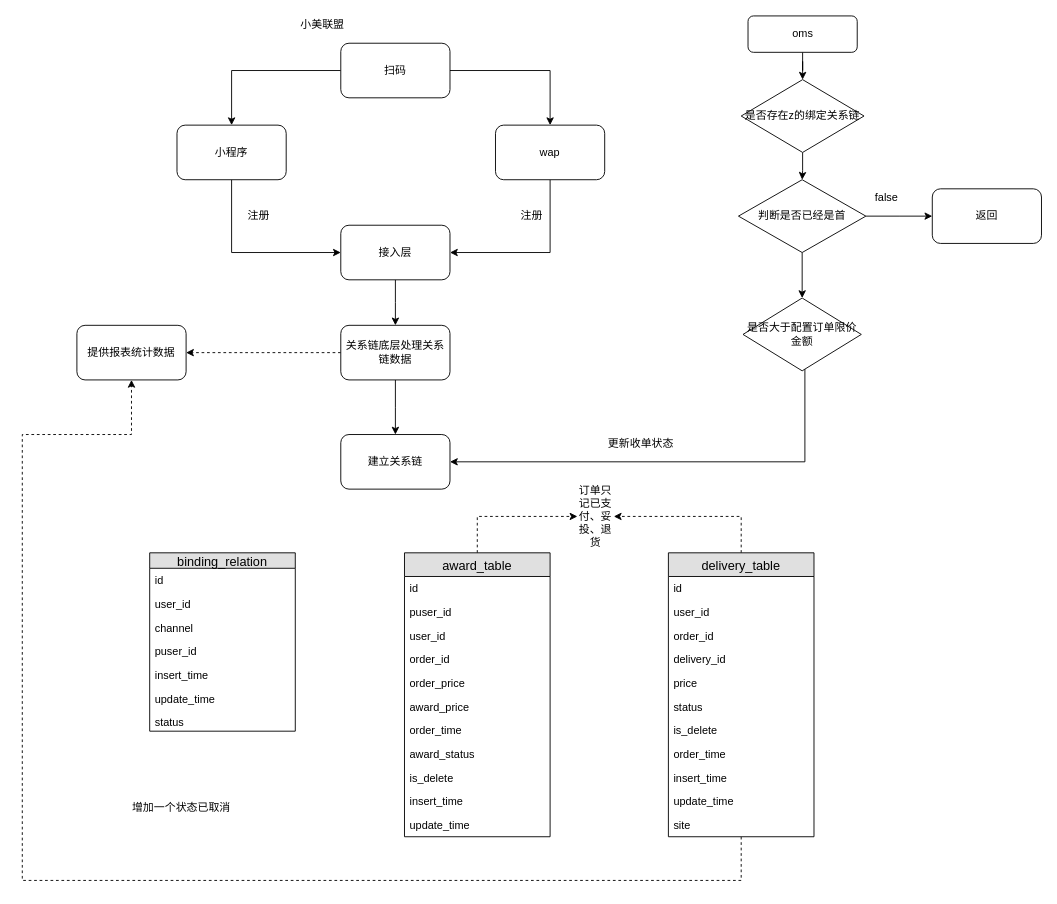
This is 小美联盟z.drawio from Itxiaopao/viewFloder, a draw.io file, before an edit. Source tidied: cells renumbered, new cells numbered last; positions are measured from the earlier drawing's top-left corner, leaving out a move shared by most shapes. Both pictures are drawn from the tidied source at 91%, with x=0, y=0 at pixel (22, 15).
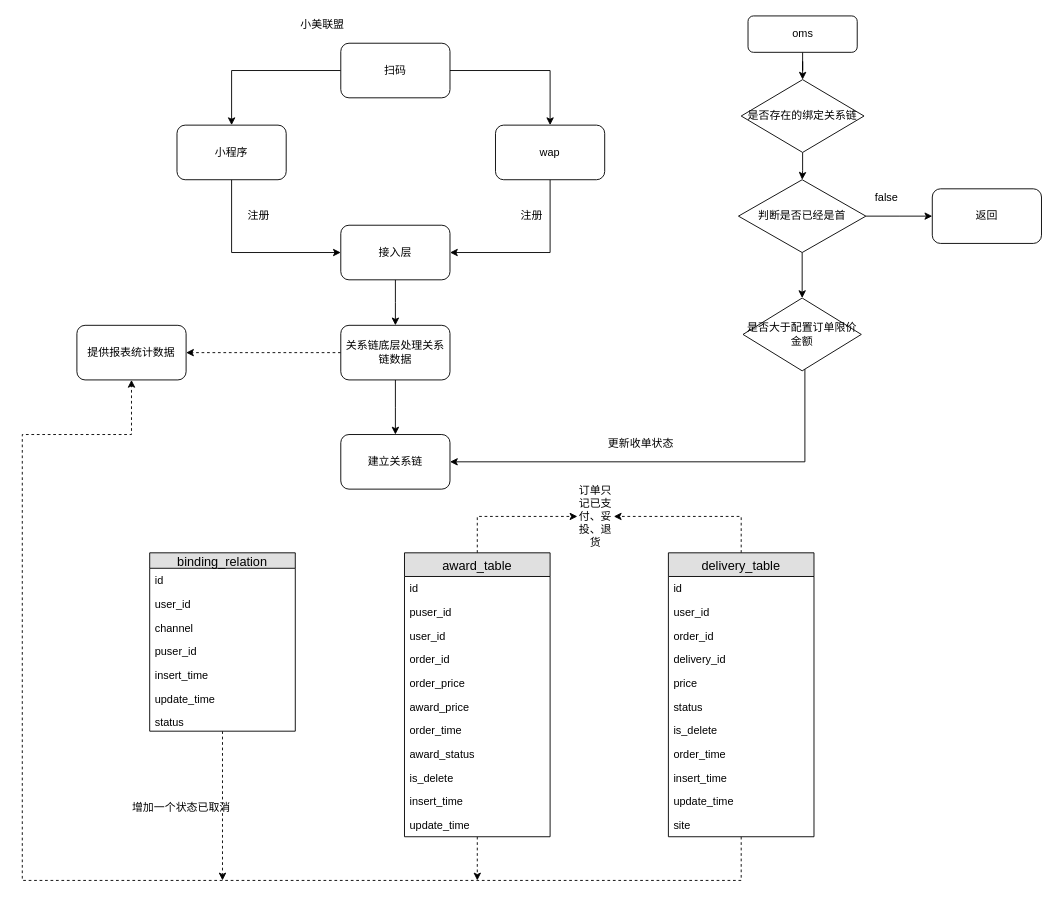
The same diagram, later.

The change refers to these unchanged cells:
```xml
<mxCell id="31" value="binding_relation" style="swimlane;fontStyle=0;horizontal=1;startSize=17;fillColor=#e0e0e0;swimlaneFillColor=#ffffff;align=center;fontSize=14;" parent="1" vertex="1">
  <mxGeometry x="140" y="590" width="160" height="196" as="geometry" />
</mxCell>
<mxCell id="40" value="award_table" style="swimlane;fontStyle=0;horizontal=1;startSize=26;fillColor=#e0e0e0;swimlaneFillColor=#ffffff;align=center;fontSize=14;" parent="1" vertex="1">
  <mxGeometry x="420" y="590" width="160" height="312" as="geometry" />
</mxCell>
```

What changed in the source:
```diff
@@
-    <mxCell id="30" value="&lt;span style=&quot;white-space: normal&quot;&gt;是否存在z的绑定关系链&lt;/span&gt;" style="rhombus;whiteSpace=wrap;html=1;" parent="1" vertex="1">
+    <mxCell id="30" value="&lt;span style=&quot;white-space: normal&quot;&gt;是否存在的绑定关系链&lt;/span&gt;" style="rhombus;whiteSpace=wrap;html=1;" parent="1" vertex="1">
       <mxGeometry x="790" y="70" width="135" height="80" as="geometry" />
     </mxCell>
+    <mxCell id="68" style="edgeStyle=orthogonalEdgeStyle;rounded=0;jettySize=auto;html=1;dashed=1;" parent="1" edge="1" source="31">
+      <mxGeometry relative="1" as="geometry">
+        <mxPoint x="220" y="950" as="targetPoint" />
+      </mxGeometry>
+    </mxCell>
@@
+    <mxCell id="69" style="edgeStyle=orthogonalEdgeStyle;rounded=0;jettySize=auto;html=1;dashed=1;" parent="1" edge="1" source="40">
+      <mxGeometry relative="1" as="geometry">
+        <mxPoint x="500" y="950" as="targetPoint" />
+      </mxGeometry>
+    </mxCell>
```
